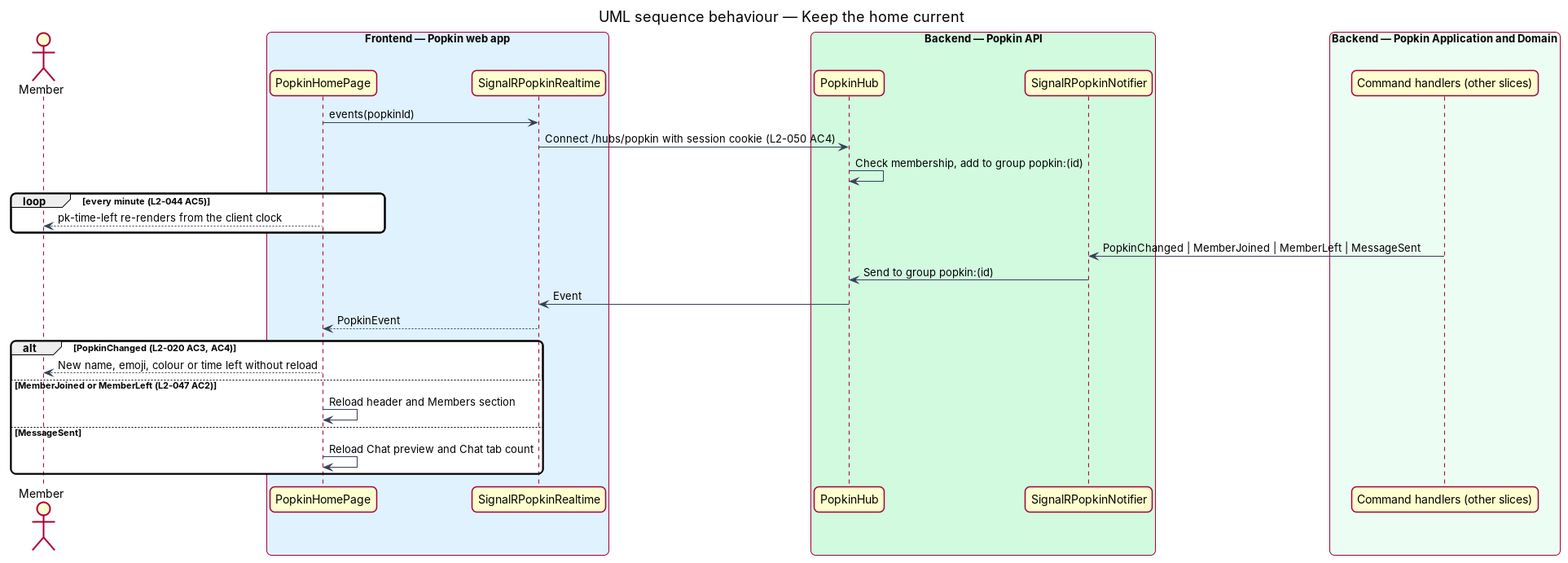
Earlier version of the PlantUML export docs/detailed-designs/popkins/popkin-home/diagrams/sequence-live-updates.png (QuinntyneBrown/popkin). Its source is kept beside it as docs/detailed-designs/popkins/popkin-home/diagrams/sequence-live-updates.puml.
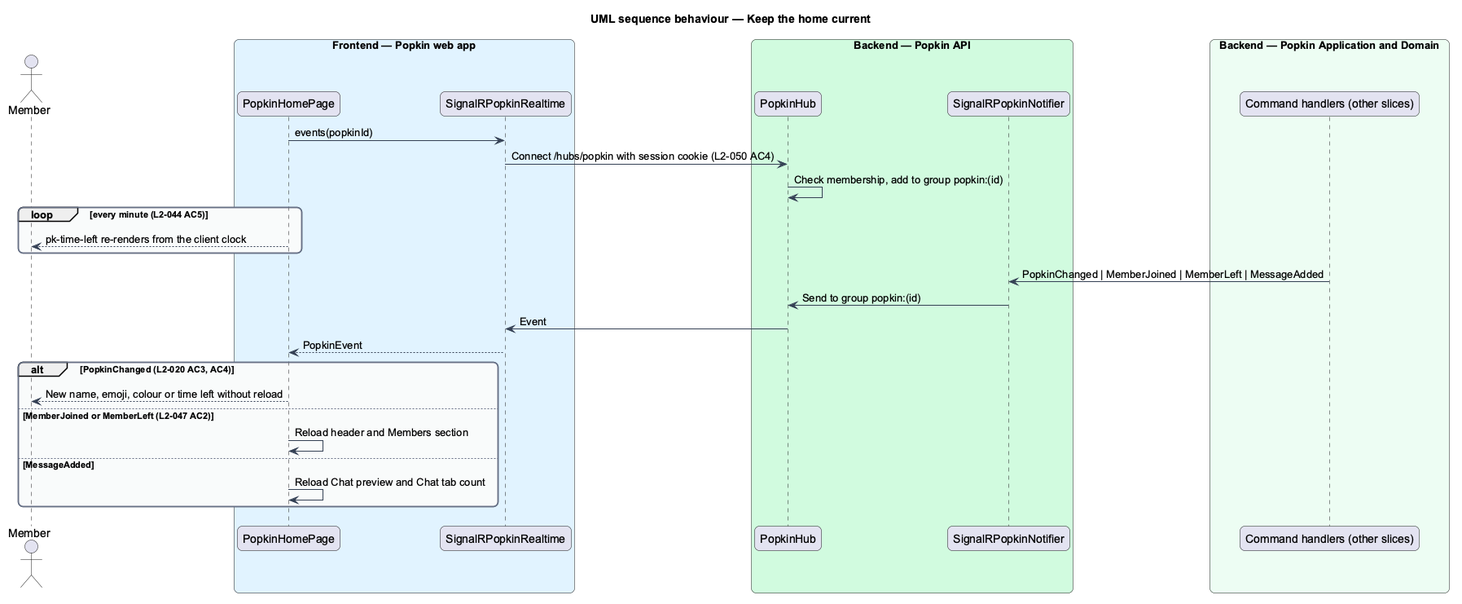
After the change.

What changed in the source:
```diff
@@ -32,7 +32,7 @@
 loop every minute (L2-044 AC5)
   page --> actor : pk-time-left re-renders from the client clock
 end
-handler -> notifier : PopkinChanged | MemberJoined | MemberLeft | MessageSent
+handler -> notifier : PopkinChanged | MemberJoined | MemberLeft | MessageAdded
 notifier -> hub : Send to group popkin:(id)
 hub -> rt : Event
 rt --> page : PopkinEvent
@@ -40,7 +40,7 @@
   page --> actor : New name, emoji, colour or time left without reload
 else MemberJoined or MemberLeft (L2-047 AC2)
   page -> page : Reload header and Members section
-else MessageSent
+else MessageAdded
   page -> page : Reload Chat preview and Chat tab count
 end
 @enduml
```
